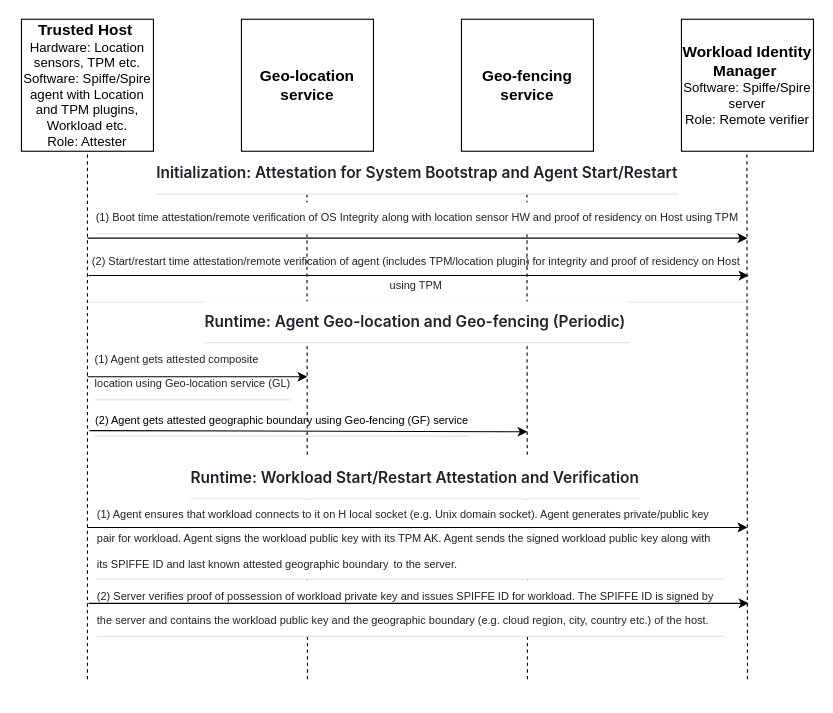
Earlier version of the draw.io diagram end-to-end-flow.drawio (nedmsmith/draft-klspa-wimse-verifiable-geo-fence). Source tidied: cells renumbered, new cells numbered last; positions are measured from the earlier drawing's top-left corner, leaving out a move shared by most shapes. Both pictures are drawn from the tidied source at 110%, with x=0, y=0 at pixel (19, 19).
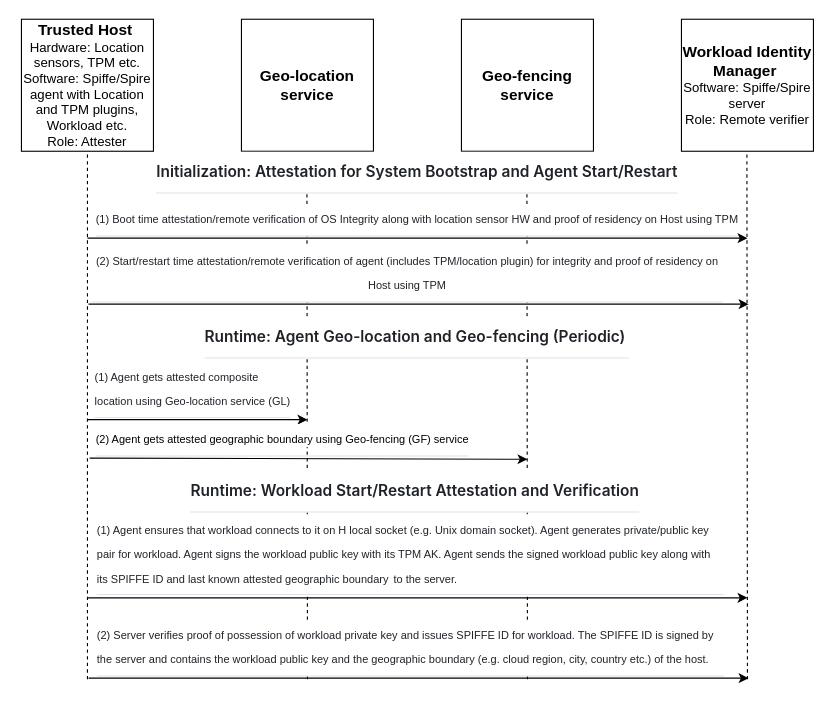
After the change.

The edit, as a diff of the source:
```diff
@@
-    <mxCell id="2" value="&lt;h2 style=&quot;box-sizing: border-box; margin-top: 24px; margin-bottom: 16px; line-height: 1.25; padding-bottom: 0.3em; border-bottom: 1px solid rgba(209, 217, 224, 0.7); color: rgb(31, 35, 40); background-color: rgb(255, 255, 255);&quot; dir=&quot;auto&quot; class=&quot;heading-element&quot; tabindex=&quot;-1&quot;&gt;&lt;font face=&quot;Helvetica&quot; style=&quot;font-size: 10px; font-weight: normal;&quot;&gt;(2) Start/restart time attestation/remote verification of agent (includes TPM/location plugin) for integrity and proof of residency on Host using TPM&lt;/font&gt;&lt;/h2&gt;" style="text;html=1;align=center;verticalAlign=middle;whiteSpace=wrap;rounded=0;" parent="1" vertex="1">
-      <mxGeometry x="61" y="227" width="600" height="1" as="geometry" />
-    </mxCell>
@@
     <mxCell id="11" value="&lt;h1 tabindex=&quot;-1&quot; class=&quot;heading-element&quot; dir=&quot;auto&quot; style=&quot;box-sizing: border-box; margin: 24px 0px 16px; font-weight: 600; line-height: 1.25; padding-bottom: 0.3em; border-bottom: 1px solid rgba(209, 217, 224, 0.7); color: rgb(31, 35, 40); font-family: -apple-system, &amp;quot;system-ui&amp;quot;, &amp;quot;Segoe UI&amp;quot;, &amp;quot;Noto Sans&amp;quot;, Helvetica, Arial, sans-serif, &amp;quot;Apple Color Emoji&amp;quot;, &amp;quot;Segoe UI Emoji&amp;quot;; font-style: normal; font-variant-ligatures: normal; font-variant-caps: normal; letter-spacing: normal; orphans: 2; text-indent: 0px; text-transform: none; widows: 2; word-spacing: 0px; -webkit-text-stroke-width: 0px; white-space: normal; background-color: rgb(255, 255, 255); text-decoration-thickness: initial; text-decoration-style: initial; text-decoration-color: initial;&quot;&gt;&lt;font style=&quot;font-size: 14px;&quot;&gt;Initialization: Attestation for System Bootstrap and Agent Start/Restart&lt;/font&gt;&lt;/h1&gt;" style="text;whiteSpace=wrap;html=1;align=center;" parent="1" vertex="1">
-      <mxGeometry x="2" y="91" width="720" height="22" as="geometry" />
+      <mxGeometry x="2" y="90" width="720" height="21" as="geometry" />
     </mxCell>
     <mxCell id="12" value="&lt;font style=&quot;font-size: 10px;&quot;&gt;&amp;nbsp;&lt;/font&gt;&lt;h2 style=&quot;box-sizing: border-box; margin-top: 24px; margin-bottom: 16px; line-height: 1.25; padding-bottom: 0.3em; border-bottom: 1px solid rgba(209, 217, 224, 0.7); color: rgb(31, 35, 40); background-color: rgb(255, 255, 255);&quot; dir=&quot;auto&quot; class=&quot;heading-element&quot; tabindex=&quot;-1&quot;&gt;&lt;span style=&quot;font-weight: normal;&quot;&gt;&lt;font face=&quot;Helvetica&quot; style=&quot;font-size: 10px;&quot;&gt;(1) Boot time a&lt;font style=&quot;&quot;&gt;ttestation/remote verification of OS Integrity along with location sensor HW and proof of residency on Host using TPM&lt;/font&gt;&lt;/font&gt;&lt;/span&gt;&lt;/h2&gt;" style="text;html=1;align=center;verticalAlign=middle;whiteSpace=wrap;rounded=0;" parent="1" vertex="1">
-      <mxGeometry x="62" y="155" width="600" height="30" as="geometry" />
+      <mxGeometry x="62" y="157" width="600" height="30" as="geometry" />
     </mxCell>
@@
     <mxCell id="14" style="endArrow=classic;html=1;rounded=0;" parent="1" edge="1">
       <mxGeometry relative="1" as="geometry">
-        <mxPoint x="63" y="233" as="sourcePoint" />
-        <mxPoint x="663" y="233" as="targetPoint" />
+        <mxPoint x="63" y="259" as="sourcePoint" />
+        <mxPoint x="663" y="259" as="targetPoint" />
       </mxGeometry>
     </mxCell>
     <mxCell id="15" value="&lt;h1 tabindex=&quot;-1&quot; class=&quot;heading-element&quot; dir=&quot;auto&quot; style=&quot;box-sizing: border-box; margin: 24px 0px 16px; font-weight: 600; line-height: 1.25; padding-bottom: 0.3em; border-bottom: 1px solid rgba(209, 217, 224, 0.7); color: rgb(31, 35, 40); font-family: -apple-system, &amp;quot;system-ui&amp;quot;, &amp;quot;Segoe UI&amp;quot;, &amp;quot;Noto Sans&amp;quot;, Helvetica, Arial, sans-serif, &amp;quot;Apple Color Emoji&amp;quot;, &amp;quot;Segoe UI Emoji&amp;quot;; font-style: normal; font-variant-ligatures: normal; font-variant-caps: normal; letter-spacing: normal; orphans: 2; text-indent: 0px; text-transform: none; widows: 2; word-spacing: 0px; -webkit-text-stroke-width: 0px; white-space: normal; background-color: rgb(255, 255, 255); text-decoration-thickness: initial; text-decoration-style: initial; text-decoration-color: initial;&quot;&gt;&lt;font style=&quot;font-size: 14px;&quot;&gt;Runtime: Agent Geo-location and Geo-fencing (Periodic)&amp;nbsp;&lt;/font&gt;&lt;/h1&gt;" style="text;whiteSpace=wrap;html=1;align=center;" parent="1" vertex="1">
-      <mxGeometry x="2" y="226" width="720" height="22" as="geometry" />
+      <mxGeometry x="2" y="240" width="720" height="22" as="geometry" />
     </mxCell>
     <mxCell id="16" value="&lt;h2 style=&quot;box-sizing: border-box; margin-top: 24px; margin-bottom: 16px; line-height: 1.25; padding-bottom: 0.3em; border-bottom: 1px solid rgba(209, 217, 224, 0.7); color: rgb(31, 35, 40); text-align: start; background-color: rgb(255, 255, 255);&quot; dir=&quot;auto&quot; class=&quot;heading-element&quot; tabindex=&quot;-1&quot;&gt;&lt;span style=&quot;font-weight: normal;&quot;&gt;&lt;font face=&quot;Helvetica&quot; style=&quot;font-size: 10px;&quot;&gt;(1) Agent gets attested composite location using Geo-location service (GL)&lt;/font&gt;&lt;/span&gt;&lt;/h2&gt;" style="text;html=1;align=center;verticalAlign=middle;whiteSpace=wrap;rounded=0;" parent="1" vertex="1">
-      <mxGeometry x="68" y="316" width="180" height="1" as="geometry" />
+      <mxGeometry x="68" y="332" width="180" height="1" as="geometry" />
     </mxCell>
     <mxCell id="17" style="endArrow=classic;html=1;rounded=0;" parent="1" edge="1">
       <mxGeometry relative="1" as="geometry">
-        <mxPoint x="62" y="325" as="sourcePoint" />
-        <mxPoint x="262" y="325" as="targetPoint" />
+        <mxPoint x="62" y="364" as="sourcePoint" />
+        <mxPoint x="262" y="364" as="targetPoint" />
       </mxGeometry>
     </mxCell>
-    <mxCell id="18" value="&lt;h2 style=&quot;box-sizing: border-box; margin-top: 24px; margin-bottom: 16px; line-height: 1.25; padding-bottom: 0.3em; border-bottom: 1px solid rgba(209, 217, 224, 0.7);&quot; dir=&quot;auto&quot; class=&quot;heading-element&quot; tabindex=&quot;-1&quot;&gt;&lt;span style=&quot;font-weight: normal;&quot;&gt;&lt;font style=&quot;font-size: 10px;&quot;&gt;(2) Agent gets attested geographic boundary using Geo-fencing (GF) service&lt;/font&gt;&lt;/span&gt;&lt;/h2&gt;" style="text;html=1;align=center;verticalAlign=middle;whiteSpace=wrap;rounded=0;" parent="1" vertex="1">
-      <mxGeometry x="44" y="360" width="390" height="1" as="geometry" />
-    </mxCell>
     <mxCell id="19" style="endArrow=classic;html=1;rounded=0;" parent="1" edge="1">
       <mxGeometry relative="1" as="geometry">
-        <mxPoint x="64" y="374" as="sourcePoint" />
-        <mxPoint x="462" y="375" as="targetPoint" />
+        <mxPoint x="64" y="399" as="sourcePoint" />
+        <mxPoint x="462" y="400" as="targetPoint" />
       </mxGeometry>
     </mxCell>
     <mxCell id="20" value="&lt;h1 tabindex=&quot;-1&quot; class=&quot;heading-element&quot; dir=&quot;auto&quot; style=&quot;box-sizing: border-box; margin: 24px 0px 16px; font-weight: 600; line-height: 1.25; padding-bottom: 0.3em; border-bottom: 1px solid rgba(209, 217, 224, 0.7); color: rgb(31, 35, 40); font-family: -apple-system, &amp;quot;system-ui&amp;quot;, &amp;quot;Segoe UI&amp;quot;, &amp;quot;Noto Sans&amp;quot;, Helvetica, Arial, sans-serif, &amp;quot;Apple Color Emoji&amp;quot;, &amp;quot;Segoe UI Emoji&amp;quot;; font-style: normal; font-variant-ligatures: normal; font-variant-caps: normal; letter-spacing: normal; orphans: 2; text-indent: 0px; text-transform: none; widows: 2; word-spacing: 0px; -webkit-text-stroke-width: 0px; white-space: normal; background-color: rgb(255, 255, 255); text-decoration-thickness: initial; text-decoration-style: initial; text-decoration-color: initial;&quot;&gt;&lt;font style=&quot;font-size: 14px;&quot;&gt;Runtime: Workload Start/Restart Attestation and Verification&lt;/font&gt;&lt;/h1&gt;" style="text;whiteSpace=wrap;html=1;align=center;" parent="1" vertex="1">
-      <mxGeometry y="368" width="720" height="22" as="geometry" />
+      <mxGeometry y="380" width="720" height="22" as="geometry" />
     </mxCell>
     <mxCell id="21" value="&lt;h2 style=&quot;box-sizing: border-box; margin-top: 24px; margin-bottom: 16px; line-height: 1.25; padding-bottom: 0.3em; border-bottom: 1px solid rgba(209, 217, 224, 0.7); color: rgb(31, 35, 40); text-align: start; background-color: rgb(255, 255, 255);&quot; dir=&quot;auto&quot; class=&quot;heading-element&quot; tabindex=&quot;-1&quot;&gt;&lt;span style=&quot;font-weight: 400;&quot;&gt;&lt;font style=&quot;font-size: 10px;&quot;&gt;(1) Agent ensures that workload connects to it on H local socket (e.g. Unix domain socket). Agent generates private/public key pair for workload. Agent signs the workload public key with its TPM AK. Agent sends the signed workload public key along with its SPIFFE ID and last known&amp;nbsp;&lt;/font&gt;&lt;/span&gt;&lt;span style=&quot;font-weight: normal;&quot;&gt;&lt;font face=&quot;Helvetica&quot; style=&quot;font-size: 10px;&quot;&gt;attested geographic boundary&lt;/font&gt;&lt;/span&gt;&lt;span style=&quot;font-family: -apple-system, &amp;quot;system-ui&amp;quot;, &amp;quot;Segoe UI&amp;quot;, &amp;quot;Noto Sans&amp;quot;, Helvetica, Arial, sans-serif, &amp;quot;Apple Color Emoji&amp;quot;, &amp;quot;Segoe UI Emoji&amp;quot;; font-size: 16px; font-weight: normal;&quot;&gt;&amp;nbsp;&lt;/span&gt;&lt;span style=&quot;font-size: 10px; font-weight: 400;&quot;&gt;to the server.&lt;/span&gt;&lt;/h2&gt;" style="text;html=1;align=center;verticalAlign=middle;whiteSpace=wrap;rounded=0;" parent="1" vertex="1">
-      <mxGeometry x="70" y="468" width="572" height="1" as="geometry" />
+      <mxGeometry x="70" y="482" width="572" height="1" as="geometry" />
     </mxCell>
     <mxCell id="22" style="endArrow=classic;html=1;rounded=0;" parent="1" edge="1">
       <mxGeometry relative="1" as="geometry">
-        <mxPoint x="62" y="462" as="sourcePoint" />
-        <mxPoint x="662" y="462" as="targetPoint" />
+        <mxPoint x="62" y="526" as="sourcePoint" />
+        <mxPoint x="662" y="526" as="targetPoint" />
       </mxGeometry>
     </mxCell>
     <mxCell id="23" value="&lt;h2 style=&quot;box-sizing: border-box; margin-top: 24px; margin-bottom: 16px; line-height: 1.25; padding-bottom: 0.3em; border-bottom: 1px solid rgba(209, 217, 224, 0.7); color: rgb(31, 35, 40); text-align: start; background-color: rgb(255, 255, 255);&quot; dir=&quot;auto&quot; class=&quot;heading-element&quot; tabindex=&quot;-1&quot;&gt;&lt;span style=&quot;font-weight: 400;&quot;&gt;&lt;font style=&quot;font-size: 10px;&quot;&gt;(2) Server verifies proof of possession of workload private key and issues SPIFFE ID for workload. The SPIFFE ID is signed by the server and contains the workload public key and the geographic boundary (e.g. cloud region, city, country etc.) of the host.&lt;/font&gt;&lt;/span&gt;&lt;/h2&gt;" style="text;html=1;align=center;verticalAlign=middle;whiteSpace=wrap;rounded=0;" parent="1" vertex="1">
-      <mxGeometry x="70" y="531" width="572" height="1" as="geometry" />
+      <mxGeometry x="70" y="567" width="572" height="1" as="geometry" />
     </mxCell>
     <mxCell id="24" style="endArrow=classic;html=1;rounded=0;" parent="1" edge="1">
       <mxGeometry relative="1" as="geometry">
-        <mxPoint x="63" y="531" as="sourcePoint" />
-        <mxPoint x="663" y="531" as="targetPoint" />
+        <mxPoint x="63" y="599" as="sourcePoint" />
+        <mxPoint x="663" y="599" as="targetPoint" />
       </mxGeometry>
     </mxCell>
+    <mxCell id="2" value="&lt;h2 style=&quot;box-sizing: border-box; margin-top: 24px; margin-bottom: 16px; line-height: 1.25; padding-bottom: 0.3em; border-bottom: 1px solid rgba(209, 217, 224, 0.7); color: rgb(31, 35, 40); background-color: rgb(255, 255, 255);&quot; dir=&quot;auto&quot; class=&quot;heading-element&quot; tabindex=&quot;-1&quot;&gt;&lt;font face=&quot;Helvetica&quot; style=&quot;font-size: 10px; font-weight: normal;&quot;&gt;(2) Start/restart time attestation/remote verification of agent (includes TPM/location plugin) for integrity and proof of residency on Host using TPM&lt;/font&gt;&lt;/h2&gt;" style="text;html=1;align=center;verticalAlign=middle;whiteSpace=wrap;rounded=0;" parent="1" vertex="1">
+      <mxGeometry x="65" y="219" width="576" height="18" as="geometry" />
+    </mxCell>
+    <mxCell id="18" value="&lt;h2 style=&quot;box-sizing: border-box; margin-top: 24px; margin-bottom: 16px; line-height: 1.25; padding-bottom: 0.3em; border-bottom: 1px solid rgba(209, 217, 224, 0.7);&quot; dir=&quot;auto&quot; class=&quot;heading-element&quot; tabindex=&quot;-1&quot;&gt;&lt;span style=&quot;font-weight: normal;&quot;&gt;&lt;font style=&quot;font-size: 10px;&quot;&gt;(2) Agent gets attested geographic boundary using Geo-fencing (GF) service&lt;/font&gt;&lt;/span&gt;&lt;/h2&gt;" style="text;html=1;align=left;verticalAlign=middle;whiteSpace=wrap;rounded=0;fillColor=default;gradientColor=none;" parent="1" vertex="1">
+      <mxGeometry x="68" y="368" width="380" height="21" as="geometry" />
+    </mxCell>
```
